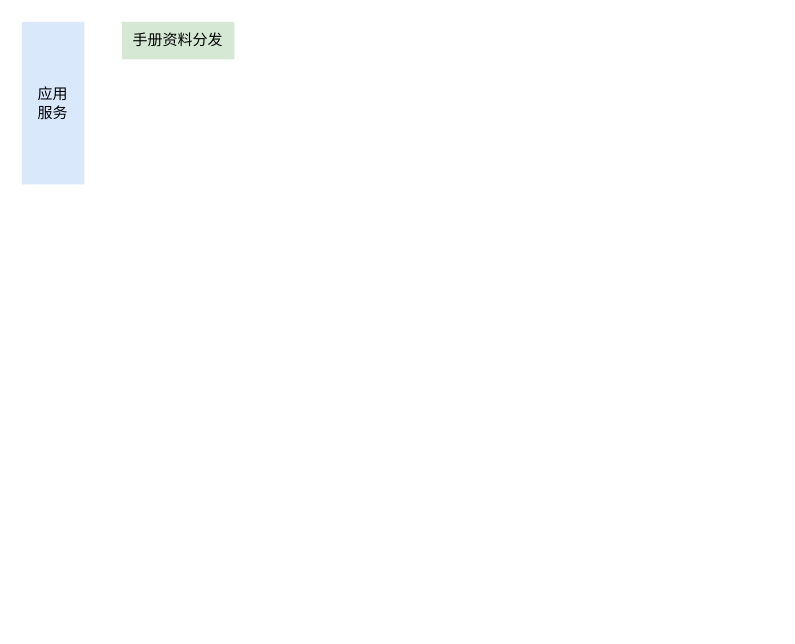
The draw.io diagram imap_2/售前-IMAP 应用架构图.drawio in DemonHan/KuickBuy, before the edit. Source tidied: cells renumbered, new cells numbered last; positions are measured from the earlier drawing's top-left corner, leaving out a move shared by most shapes. Both pictures are drawn from the tidied source at 125%, with x=0, y=0 at pixel (21, 21).
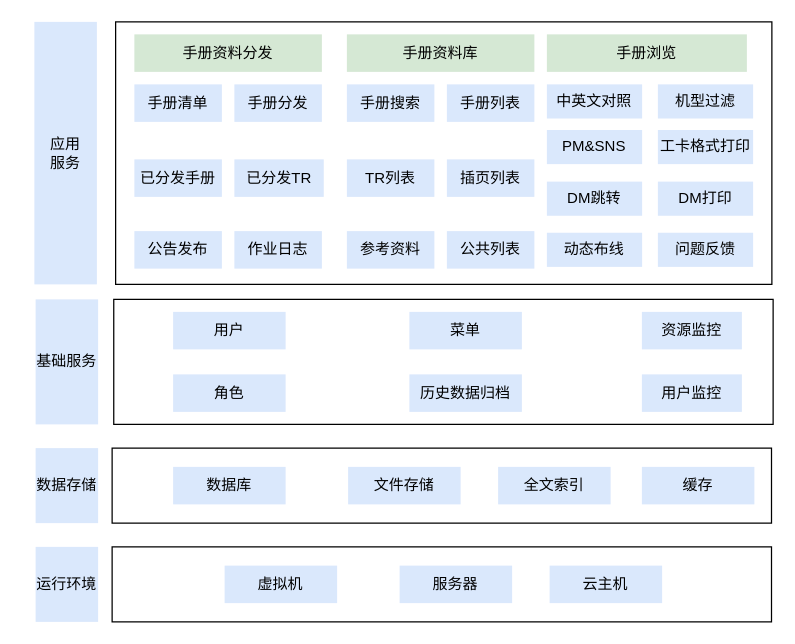
The same page after the edit.

Commit message (it also covers changes not shown here):
更新售前-IMAP 应用架构图.drawio

What changed in the source:
```diff
@@
+    <mxCell id="4" style="rounded=0;whiteSpace=wrap;html=1;" parent="1" vertex="1">
+      <mxGeometry x="75" width="525" height="210" as="geometry" />
+    </mxCell>
     <mxCell id="2" value="应用&lt;div&gt;服务&lt;/div&gt;" style="rounded=0;whiteSpace=wrap;html=1;fillColor=#dae8fc;strokeColor=none;" parent="1" vertex="1">
-      <mxGeometry width="50" height="130" as="geometry" />
+      <mxGeometry x="10" width="50" height="210" as="geometry" />
     </mxCell>
     <mxCell id="3" value="手册资料分发" style="rounded=0;whiteSpace=wrap;html=1;fillColor=#d5e8d4;strokeColor=none;" parent="1" vertex="1">
-      <mxGeometry x="80" width="90" height="30" as="geometry" />
+      <mxGeometry x="90" y="10" width="150" height="30" as="geometry" />
     </mxCell>
+    <mxCell id="5" value="手册清单" style="rounded=0;whiteSpace=wrap;html=1;fillColor=#dae8fc;strokeColor=none;" parent="1" vertex="1">
+      <mxGeometry x="90" y="50" width="70" height="30" as="geometry" />
+    </mxCell>
+    <mxCell id="6" value="手册分发" style="rounded=0;whiteSpace=wrap;html=1;fillColor=#dae8fc;strokeColor=none;" parent="1" vertex="1">
+      <mxGeometry x="170" y="50" width="70" height="30" as="geometry" />
+    </mxCell>
+    <mxCell id="7" value="已分发手册" style="rounded=0;whiteSpace=wrap;html=1;fillColor=#dae8fc;strokeColor=none;" parent="1" vertex="1">
+      <mxGeometry x="90" y="110" width="70" height="30" as="geometry" />
+    </mxCell>
+    <mxCell id="8" value="已分发TR" style="rounded=0;whiteSpace=wrap;html=1;fillColor=#dae8fc;strokeColor=none;" parent="1" vertex="1">
+      <mxGeometry x="170" y="110" width="71.5" height="30" as="geometry" />
+    </mxCell>
+    <mxCell id="9" value="公告发布" style="rounded=0;whiteSpace=wrap;html=1;fillColor=#dae8fc;strokeColor=none;" parent="1" vertex="1">
+      <mxGeometry x="90" y="167.4" width="70" height="30" as="geometry" />
+    </mxCell>
+    <mxCell id="10" value="作业日志" style="rounded=0;whiteSpace=wrap;html=1;fillColor=#dae8fc;strokeColor=none;" parent="1" vertex="1">
+      <mxGeometry x="170" y="167.4" width="70" height="30" as="geometry" />
+    </mxCell>
+    <mxCell id="11" value="手册资料库" style="rounded=0;whiteSpace=wrap;html=1;fillColor=#d5e8d4;strokeColor=none;" parent="1" vertex="1">
+      <mxGeometry x="260" y="10" width="150" height="30" as="geometry" />
+    </mxCell>
+    <mxCell id="12" value="手册搜索" style="rounded=0;whiteSpace=wrap;html=1;fillColor=#dae8fc;strokeColor=none;" parent="1" vertex="1">
+      <mxGeometry x="260" y="50" width="70" height="30" as="geometry" />
+    </mxCell>
+    <mxCell id="13" value="手册列表" style="rounded=0;whiteSpace=wrap;html=1;fillColor=#dae8fc;strokeColor=none;" parent="1" vertex="1">
+      <mxGeometry x="340" y="50" width="70" height="30" as="geometry" />
+    </mxCell>
+    <mxCell id="14" value="TR列表" style="rounded=0;whiteSpace=wrap;html=1;fillColor=#dae8fc;strokeColor=none;" parent="1" vertex="1">
+      <mxGeometry x="260" y="110" width="70" height="30" as="geometry" />
+    </mxCell>
+    <mxCell id="15" value="插页列表" style="rounded=0;whiteSpace=wrap;html=1;fillColor=#dae8fc;strokeColor=none;" parent="1" vertex="1">
+      <mxGeometry x="340" y="110" width="70" height="30" as="geometry" />
+    </mxCell>
+    <mxCell id="16" value="参考资料" style="rounded=0;whiteSpace=wrap;html=1;fillColor=#dae8fc;strokeColor=none;" parent="1" vertex="1">
+      <mxGeometry x="260" y="167.4" width="70" height="30" as="geometry" />
+    </mxCell>
+    <mxCell id="17" value="公共列表" style="rounded=0;whiteSpace=wrap;html=1;fillColor=#dae8fc;strokeColor=none;" parent="1" vertex="1">
+      <mxGeometry x="340" y="167.4" width="70" height="30" as="geometry" />
+    </mxCell>
+    <mxCell id="18" value="手册浏览" style="rounded=0;whiteSpace=wrap;html=1;fillColor=#d5e8d4;strokeColor=none;" parent="1" vertex="1">
+      <mxGeometry x="420" y="10" width="160" height="30" as="geometry" />
+    </mxCell>
+    <mxCell id="19" value="中英文对照" style="rounded=0;whiteSpace=wrap;html=1;fillColor=#dae8fc;strokeColor=none;" parent="1" vertex="1">
+      <mxGeometry x="420" y="50" width="76.2" height="27.3" as="geometry" />
+    </mxCell>
+    <mxCell id="20" value="PM&amp;amp;SNS" style="rounded=0;whiteSpace=wrap;html=1;fillColor=#dae8fc;strokeColor=none;" parent="1" vertex="1">
+      <mxGeometry x="420" y="86.5" width="76.2" height="27.3" as="geometry" />
+    </mxCell>
+    <mxCell id="21" value="DM跳转" style="rounded=0;whiteSpace=wrap;html=1;fillColor=#dae8fc;strokeColor=none;" parent="1" vertex="1">
+      <mxGeometry x="420" y="127.8" width="76.2" height="27.3" as="geometry" />
+    </mxCell>
+    <mxCell id="22" value="机型过滤" style="rounded=0;whiteSpace=wrap;html=1;fillColor=#dae8fc;strokeColor=none;" parent="1" vertex="1">
+      <mxGeometry x="508.8" y="50" width="76.2" height="27.3" as="geometry" />
+    </mxCell>
+    <mxCell id="23" value="工卡格式打印" style="rounded=0;whiteSpace=wrap;html=1;fillColor=#dae8fc;strokeColor=none;" parent="1" vertex="1">
+      <mxGeometry x="508.8" y="86.5" width="76.2" height="27.3" as="geometry" />
+    </mxCell>
+    <mxCell id="24" value="DM打印" style="rounded=0;whiteSpace=wrap;html=1;fillColor=#dae8fc;strokeColor=none;" parent="1" vertex="1">
+      <mxGeometry x="508.8" y="127.8" width="76.2" height="27.3" as="geometry" />
+    </mxCell>
+    <mxCell id="25" value="动态布线" style="rounded=0;whiteSpace=wrap;html=1;fillColor=#dae8fc;strokeColor=none;" parent="1" vertex="1">
+      <mxGeometry x="420" y="168.7" width="76.2" height="27.3" as="geometry" />
+    </mxCell>
+    <mxCell id="26" value="问题反馈" style="rounded=0;whiteSpace=wrap;html=1;fillColor=#dae8fc;strokeColor=none;" parent="1" vertex="1">
+      <mxGeometry x="508.8" y="168.7" width="76.2" height="27.3" as="geometry" />
+    </mxCell>
+    <mxCell id="27" value="基础服务" style="rounded=0;whiteSpace=wrap;html=1;fillColor=#dae8fc;strokeColor=none;" parent="1" vertex="1">
+      <mxGeometry x="11" y="222" width="50" height="100" as="geometry" />
+    </mxCell>
+    <mxCell id="28" style="rounded=0;whiteSpace=wrap;html=1;" parent="1" vertex="1">
+      <mxGeometry x="73.5" y="222" width="527.5" height="100" as="geometry" />
+    </mxCell>
+    <mxCell id="29" value="用户" style="rounded=0;whiteSpace=wrap;html=1;fillColor=#dae8fc;strokeColor=none;" parent="1" vertex="1">
+      <mxGeometry x="121" y="232" width="90" height="30" as="geometry" />
+    </mxCell>
+    <mxCell id="30" value="角色" style="rounded=0;whiteSpace=wrap;html=1;fillColor=#dae8fc;strokeColor=none;" parent="1" vertex="1">
+      <mxGeometry x="121" y="282" width="90" height="30" as="geometry" />
+    </mxCell>
+    <mxCell id="31" value="菜单" style="rounded=0;whiteSpace=wrap;html=1;fillColor=#dae8fc;strokeColor=none;" parent="1" vertex="1">
+      <mxGeometry x="310" y="232" width="90" height="30" as="geometry" />
+    </mxCell>
+    <mxCell id="32" value="历史数据归档" style="rounded=0;whiteSpace=wrap;html=1;fillColor=#dae8fc;strokeColor=none;" parent="1" vertex="1">
+      <mxGeometry x="310" y="282" width="90" height="30" as="geometry" />
+    </mxCell>
+    <mxCell id="33" value="资源监控" style="rounded=0;whiteSpace=wrap;html=1;fillColor=#dae8fc;strokeColor=none;" parent="1" vertex="1">
+      <mxGeometry x="496" y="232" width="80" height="30" as="geometry" />
+    </mxCell>
+    <mxCell id="34" value="用户监控" style="rounded=0;whiteSpace=wrap;html=1;fillColor=#dae8fc;strokeColor=none;" parent="1" vertex="1">
+      <mxGeometry x="496" y="282" width="80" height="30" as="geometry" />
+    </mxCell>
+    <mxCell id="35" value="数据存储" style="rounded=0;whiteSpace=wrap;html=1;fillColor=#dae8fc;strokeColor=none;" parent="1" vertex="1">
+      <mxGeometry x="11" y="341" width="50" height="60" as="geometry" />
+    </mxCell>
+    <mxCell id="36" style="rounded=0;whiteSpace=wrap;html=1;" parent="1" vertex="1">
+      <mxGeometry x="72.2" y="341" width="527.5" height="60" as="geometry" />
+    </mxCell>
+    <mxCell id="37" value="数据库" style="rounded=0;whiteSpace=wrap;html=1;fillColor=#dae8fc;strokeColor=none;" parent="1" vertex="1">
+      <mxGeometry x="121" y="356" width="90" height="30" as="geometry" />
+    </mxCell>
+    <mxCell id="38" value="文件存储" style="rounded=0;whiteSpace=wrap;html=1;fillColor=#dae8fc;strokeColor=none;" parent="1" vertex="1">
+      <mxGeometry x="261" y="356" width="90" height="30" as="geometry" />
+    </mxCell>
+    <mxCell id="39" value="全文索引" style="rounded=0;whiteSpace=wrap;html=1;fillColor=#dae8fc;strokeColor=none;" parent="1" vertex="1">
+      <mxGeometry x="381" y="356" width="90" height="30" as="geometry" />
+    </mxCell>
+    <mxCell id="40" value="缓存" style="rounded=0;whiteSpace=wrap;html=1;fillColor=#dae8fc;strokeColor=none;" parent="1" vertex="1">
+      <mxGeometry x="496" y="356" width="90" height="30" as="geometry" />
+    </mxCell>
+    <mxCell id="41" value="运行环境" style="rounded=0;whiteSpace=wrap;html=1;fillColor=#dae8fc;strokeColor=none;" parent="1" vertex="1">
+      <mxGeometry x="11" y="420" width="50" height="60" as="geometry" />
+    </mxCell>
+    <mxCell id="42" style="rounded=0;whiteSpace=wrap;html=1;" parent="1" vertex="1">
+      <mxGeometry x="72.2" y="420" width="527.5" height="60" as="geometry" />
+    </mxCell>
+    <mxCell id="43" value="虚拟机" style="rounded=0;whiteSpace=wrap;html=1;fillColor=#dae8fc;strokeColor=none;" parent="1" vertex="1">
+      <mxGeometry x="162.2" y="435" width="90" height="30" as="geometry" />
+    </mxCell>
+    <mxCell id="44" value="服务器" style="rounded=0;whiteSpace=wrap;html=1;fillColor=#dae8fc;strokeColor=none;" parent="1" vertex="1">
+      <mxGeometry x="302.2" y="435" width="90" height="30" as="geometry" />
+    </mxCell>
+    <mxCell id="45" value="云主机" style="rounded=0;whiteSpace=wrap;html=1;fillColor=#dae8fc;strokeColor=none;" parent="1" vertex="1">
+      <mxGeometry x="422.2" y="435" width="90" height="30" as="geometry" />
+    </mxCell>
```
